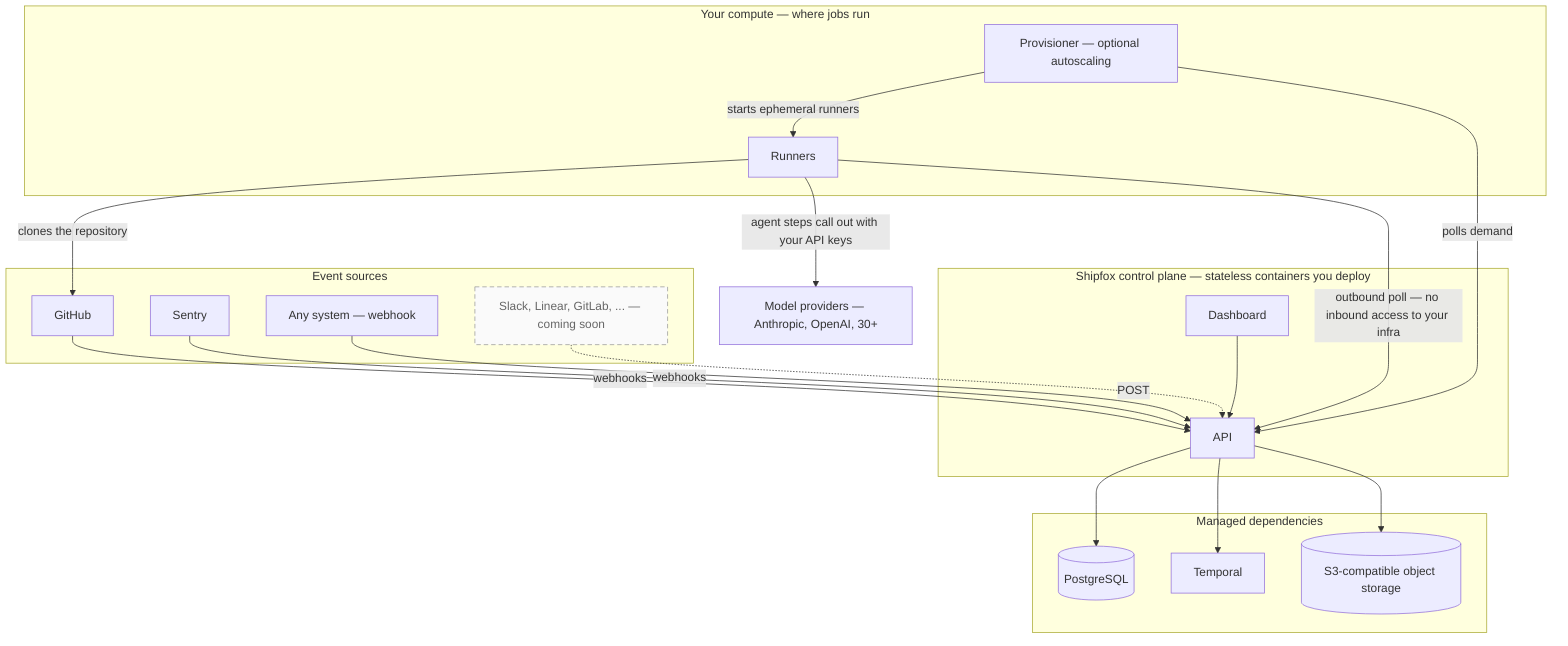
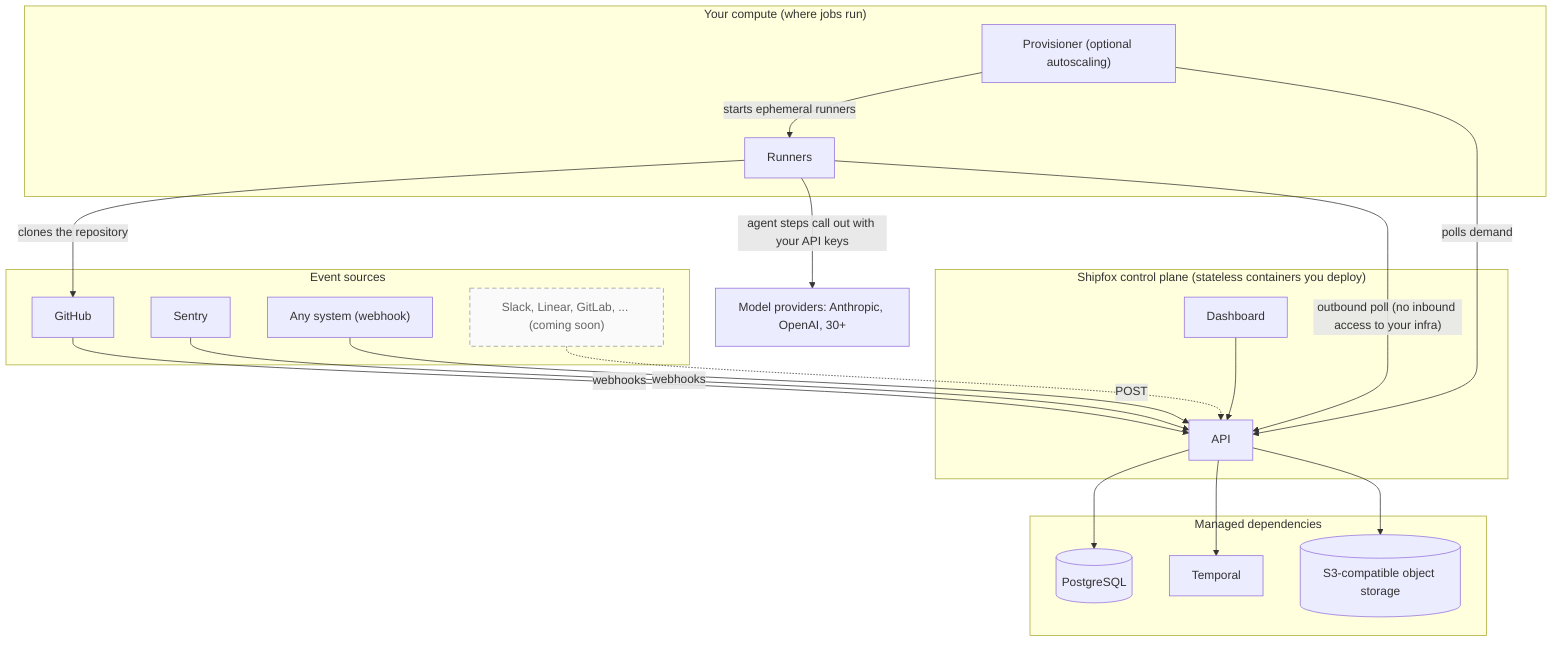
flowchart TB
  subgraph SRC["Event sources"]
    GH2["GitHub"]
    SEN2["Sentry"]
-     WH2["Any system — webhook"]
-     SOON2["Slack, Linear, GitLab, ... — coming soon"]
+     WH2["Any system (webhook)"]
+     SOON2["Slack, Linear, GitLab, ... (coming soon)"]
  end
-   subgraph CP2["Shipfox control plane — stateless containers you deploy"]
+   subgraph CP2["Shipfox control plane (stateless containers you deploy)"]
    API["API"]
    DASH["Dashboard"]
  end
  subgraph DEPS["Managed dependencies"]
    PG[("PostgreSQL")]
    TMP["Temporal"]
    OBJ[("S3-compatible object storage")]
  end
-   subgraph YC["Your compute — where jobs run"]
+   subgraph YC["Your compute (where jobs run)"]
    RN["Runners"]
-     PV["Provisioner — optional autoscaling"]
+     PV["Provisioner (optional autoscaling)"]
  end
-   MP["Model providers — Anthropic, OpenAI, 30+"]
+   MP["Model providers: Anthropic, OpenAI, 30+"]
  GH2 -->|webhooks| API
  SEN2 -->|webhooks| API
  WH2 -->|POST| API
  SOON2 -.-> API
  DASH --> API
  API --> PG
  API --> TMP
  API --> OBJ
-   RN -->|"outbound poll — no inbound access to your infra"| API
+   RN -->|"outbound poll (no inbound access to your infra)"| API
  PV -->|"polls demand"| API
  PV -->|"starts ephemeral runners"| RN
  RN -->|"clones the repository"| GH2
  RN -->|"agent steps call out with your API keys"| MP
  classDef soon fill:#fafafa,stroke:#999999,stroke-dasharray:6 4,color:#666666
-   class SOON2 soon+   class SOON2 soon
